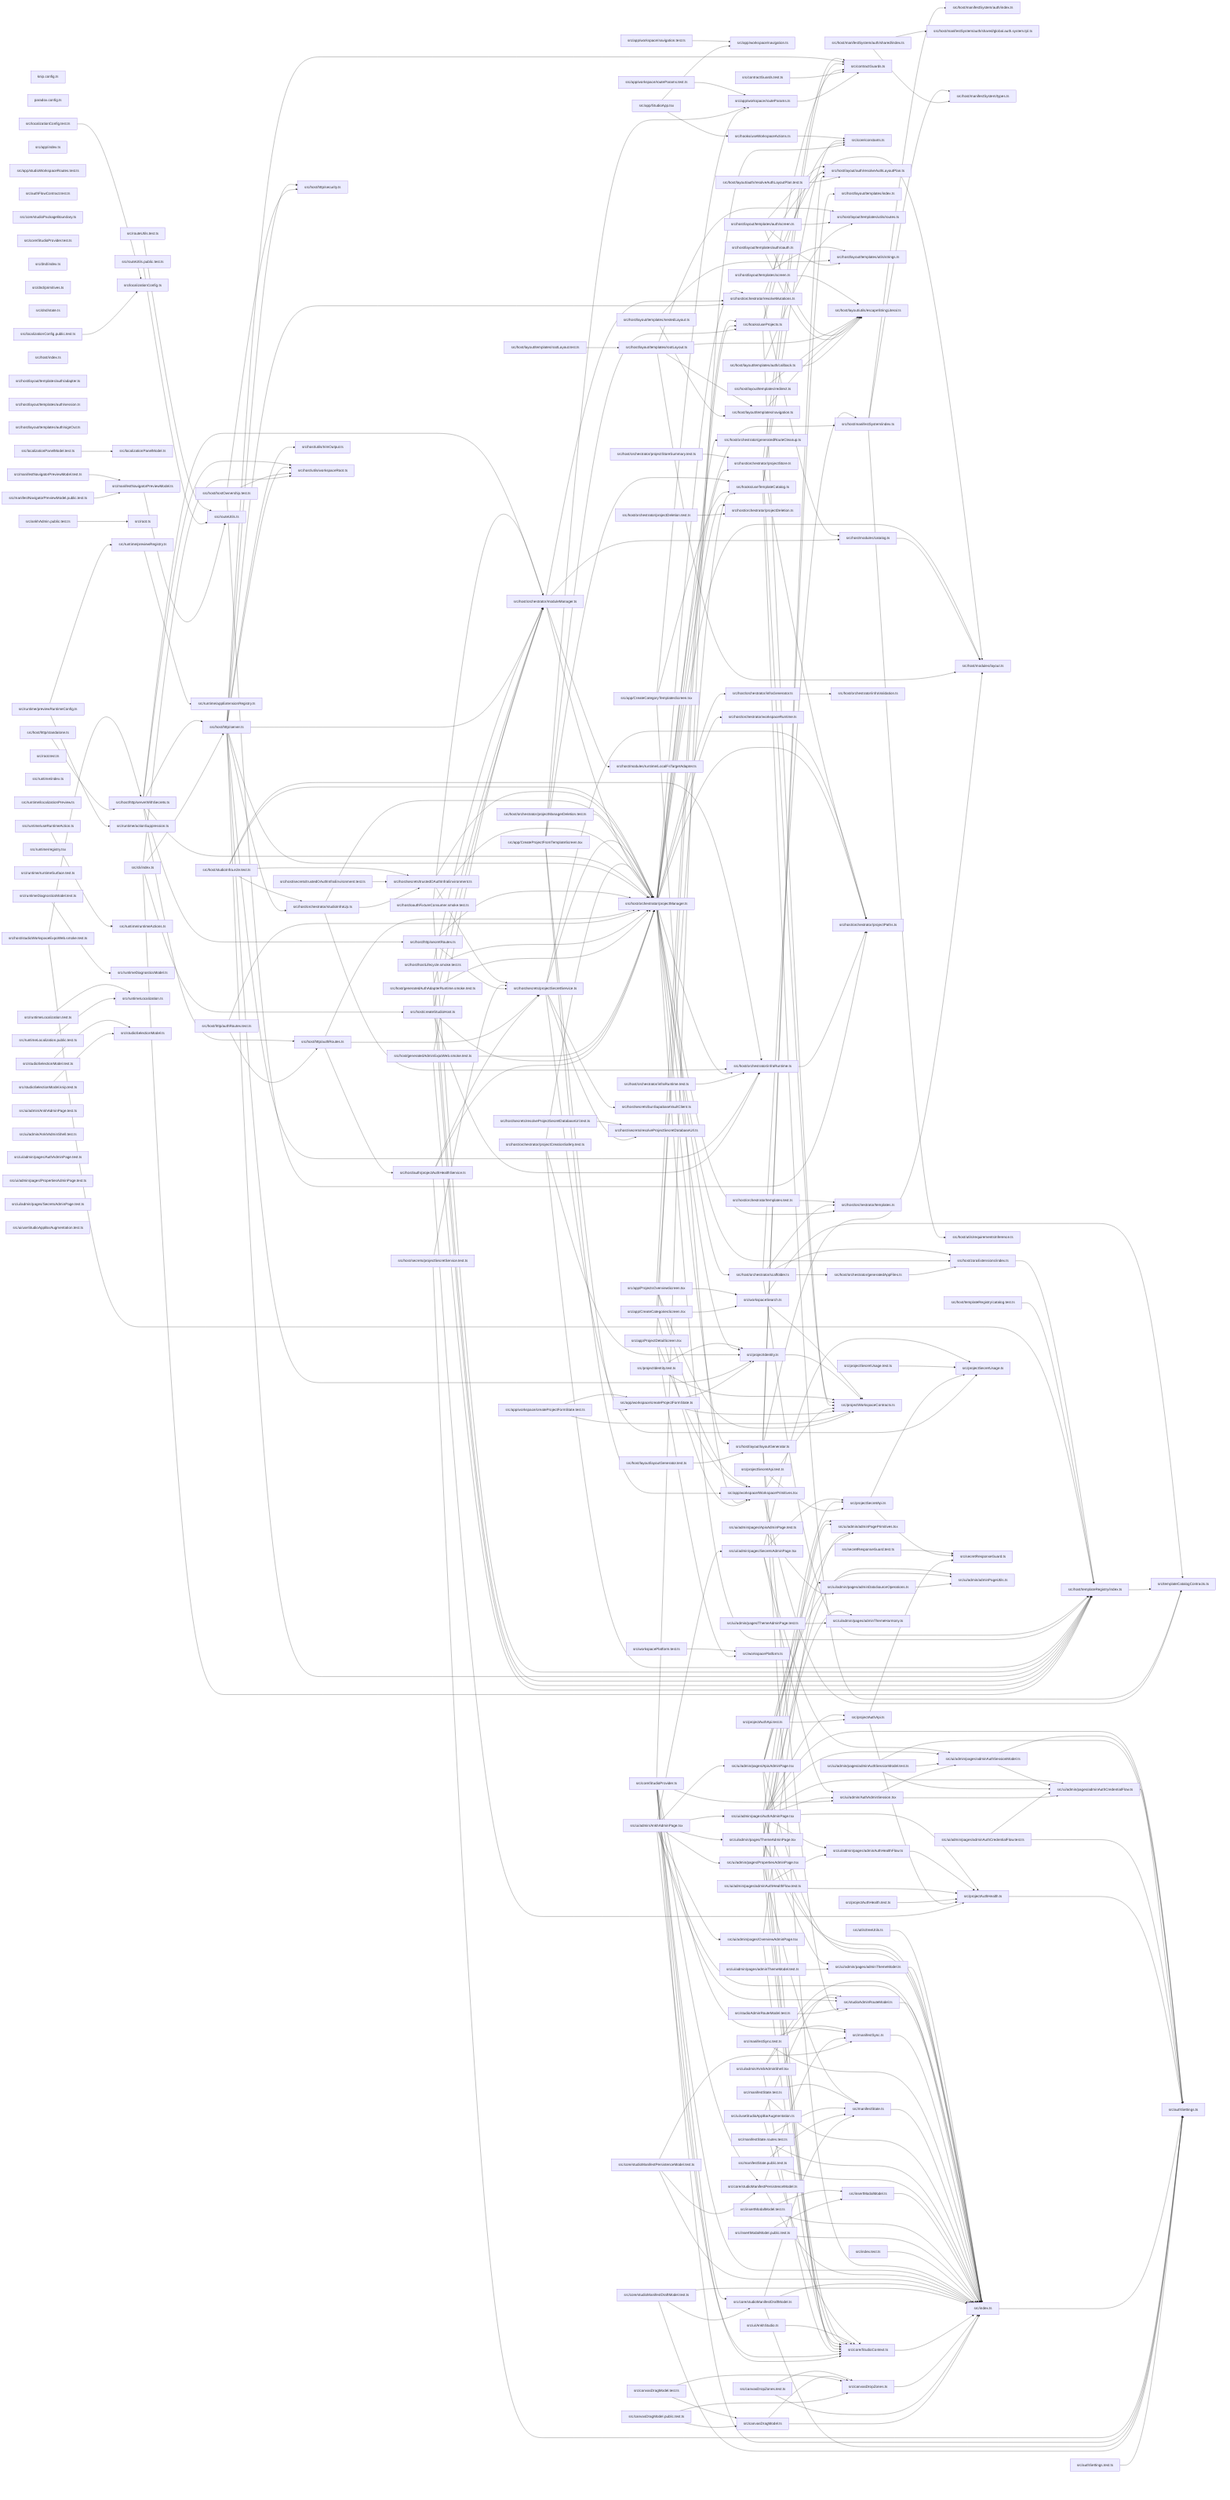
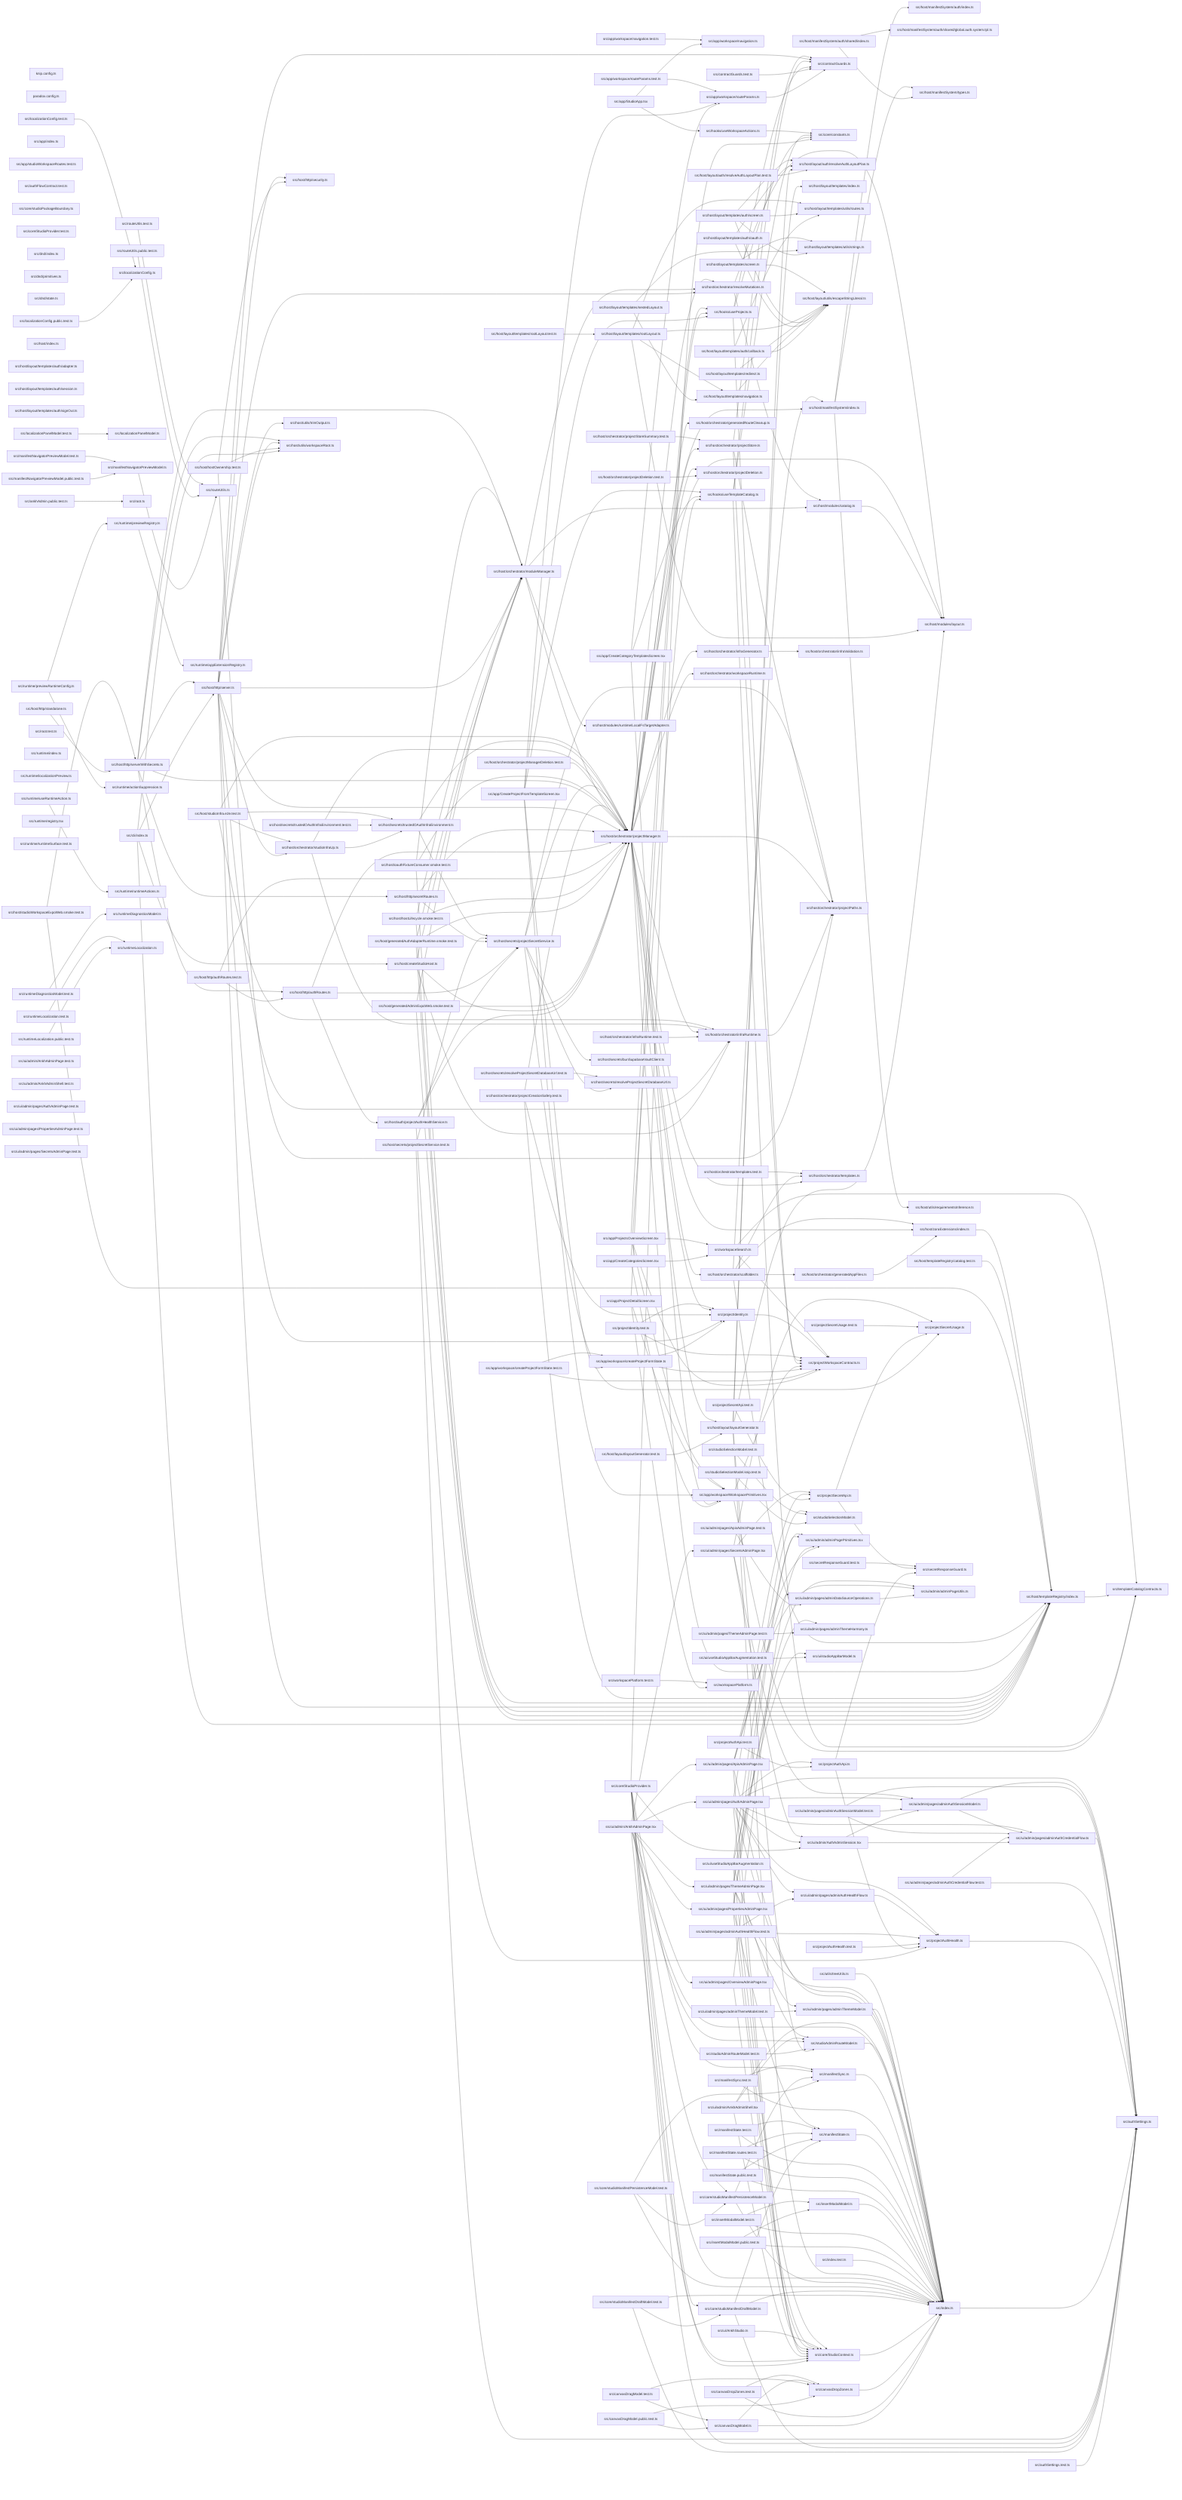
graph LR
  module_knip_config_ts["knip.config.ts"]
  module_paradox_config_ts["paradox.config.ts"]
  module_src_ankhAdmin_public_test_ts["src/ankhAdmin.public.test.ts"]
  module_src_app_CreateCategoriesScreen_tsx["src/app/CreateCategoriesScreen.tsx"]
  module_src_app_CreateCategoryTemplatesScreen_tsx["src/app/CreateCategoryTemplatesScreen.tsx"]
  module_src_app_CreateProjectFromTemplateScreen_tsx["src/app/CreateProjectFromTemplateScreen.tsx"]
  module_src_app_index_ts["src/app/index.ts"]
  module_src_app_ProjectDetailScreen_tsx["src/app/ProjectDetailScreen.tsx"]
  module_src_app_ProjectsOverviewScreen_tsx["src/app/ProjectsOverviewScreen.tsx"]
  module_src_app_StudioApp_tsx["src/app/StudioApp.tsx"]
  module_src_app_studioWorkspaceRoutes_test_ts["src/app/studioWorkspaceRoutes.test.ts"]
  module_src_app_workspace_createProjectFormState_test_ts["src/app/workspace/createProjectFormState.test.ts"]
  module_src_app_workspace_createProjectFormState_ts["src/app/workspace/createProjectFormState.ts"]
  module_src_app_workspace_navigation_test_ts["src/app/workspace/navigation.test.ts"]
  module_src_app_workspace_navigation_ts["src/app/workspace/navigation.ts"]
  module_src_app_workspace_routeParams_test_ts["src/app/workspace/routeParams.test.ts"]
  module_src_app_workspace_routeParams_ts["src/app/workspace/routeParams.ts"]
  module_src_app_workspace_WorkspacePrimitives_tsx["src/app/workspace/WorkspacePrimitives.tsx"]
  module_src_authFlowContract_test_ts["src/authFlowContract.test.ts"]
  module_src_authSettings_test_ts["src/authSettings.test.ts"]
  module_src_authSettings_ts["src/authSettings.ts"]
  module_src_canvasDragModel_public_test_ts["src/canvasDragModel.public.test.ts"]
  module_src_canvasDragModel_test_ts["src/canvasDragModel.test.ts"]
  module_src_canvasDragModel_ts["src/canvasDragModel.ts"]
  module_src_canvasDropZones_test_ts["src/canvasDropZones.test.ts"]
  module_src_canvasDropZones_ts["src/canvasDropZones.ts"]
  module_src_cli_index_ts["src/cli/index.ts"]
  module_src_contractGuards_test_ts["src/contractGuards.test.ts"]
  module_src_contractGuards_ts["src/contractGuards.ts"]
  module_src_core_constants_ts["src/core/constants.ts"]
  module_src_core_StudioContext_ts["src/core/StudioContext.ts"]
  module_src_core_studioManifestDraftModel_test_ts["src/core/studioManifestDraftModel.test.ts"]
  module_src_core_studioManifestDraftModel_ts["src/core/studioManifestDraftModel.ts"]
  module_src_core_studioManifestPersistenceModel_test_ts["src/core/studioManifestPersistenceModel.test.ts"]
  module_src_core_studioManifestPersistenceModel_ts["src/core/studioManifestPersistenceModel.ts"]
  module_src_core_studioPackageBoundary_ts["src/core/studioPackageBoundary.ts"]
  module_src_core_StudioProvider_test_ts["src/core/StudioProvider.test.ts"]
  module_src_core_StudioProvider_ts["src/core/StudioProvider.ts"]
  module_src_dnd_index_ts["src/dnd/index.ts"]
  module_src_dnd_primitives_ts["src/dnd/primitives.ts"]
  module_src_dnd_state_ts["src/dnd/state.ts"]
  module_src_hooks_useProjects_ts["src/hooks/useProjects.ts"]
  module_src_hooks_useTemplateCatalog_ts["src/hooks/useTemplateCatalog.ts"]
  module_src_hooks_useWorkspaceActions_ts["src/hooks/useWorkspaceActions.ts"]
  module_src_host_auth_projectAuthHealthService_ts["src/host/auth/projectAuthHealthService.ts"]
  module_src_host_createStudioHost_ts["src/host/createStudioHost.ts"]
  module_src_host_generatedAdminExpoWeb_smoke_test_ts["src/host/generatedAdminExpoWeb.smoke.test.ts"]
  module_src_host_generatedAuthAdapterRuntime_smoke_test_ts["src/host/generatedAuthAdapterRuntime.smoke.test.ts"]
  module_src_host_hostLifecycle_smoke_test_ts["src/host/hostLifecycle.smoke.test.ts"]
  module_src_host_hostOwnership_test_ts["src/host/hostOwnership.test.ts"]
  module_src_host_http_authRoutes_test_ts["src/host/http/authRoutes.test.ts"]
  module_src_host_http_authRoutes_ts["src/host/http/authRoutes.ts"]
  module_src_host_http_secretRoutes_ts["src/host/http/secretRoutes.ts"]
  module_src_host_http_security_ts["src/host/http/security.ts"]
  module_src_host_http_server_ts["src/host/http/server.ts"]
  module_src_host_http_serverWithSecrets_ts["src/host/http/serverWithSecrets.ts"]
  module_src_host_http_standalone_ts["src/host/http/standalone.ts"]
  module_src_host_index_ts["src/host/index.ts"]
  module_src_host_layout_auth_resolveAuthLayoutPlan_test_ts["src/host/layout/auth/resolveAuthLayoutPlan.test.ts"]
  module_src_host_layout_auth_resolveAuthLayoutPlan_ts["src/host/layout/auth/resolveAuthLayoutPlan.ts"]
  module_src_host_layout_layoutGenerator_test_ts["src/host/layout/layoutGenerator.test.ts"]
  module_src_host_layout_layoutGenerator_ts["src/host/layout/layoutGenerator.ts"]
  module_src_host_layout_templates_auth_adapter_ts["src/host/layout/templates/auth/adapter.ts"]
  module_src_host_layout_templates_auth_callback_ts["src/host/layout/templates/auth/callback.ts"]
  module_src_host_layout_templates_auth_oauth_ts["src/host/layout/templates/auth/oauth.ts"]
  module_src_host_layout_templates_auth_screen_ts["src/host/layout/templates/auth/screen.ts"]
  module_src_host_layout_templates_auth_session_ts["src/host/layout/templates/auth/session.ts"]
  module_src_host_layout_templates_auth_signOut_ts["src/host/layout/templates/auth/signOut.ts"]
  module_src_host_layout_templates_index_ts["src/host/layout/templates/index.ts"]
  module_src_host_layout_templates_navigation_ts["src/host/layout/templates/navigation.ts"]
  module_src_host_layout_templates_nestedLayout_ts["src/host/layout/templates/nestedLayout.ts"]
  module_src_host_layout_templates_redirect_ts["src/host/layout/templates/redirect.ts"]
  module_src_host_layout_templates_rootLayout_test_ts["src/host/layout/templates/rootLayout.test.ts"]
  module_src_host_layout_templates_rootLayout_ts["src/host/layout/templates/rootLayout.ts"]
  module_src_host_layout_templates_screen_ts["src/host/layout/templates/screen.ts"]
  module_src_host_layout_templates_utils_routes_ts["src/host/layout/templates/utils/routes.ts"]
  module_src_host_layout_templates_utils_strings_ts["src/host/layout/templates/utils/strings.ts"]
  module_src_host_layout_utils_escapeStringLiteral_ts["src/host/layout/utils/escapeStringLiteral.ts"]
  module_src_host_manifestSystem_auth_index_ts["src/host/manifestSystem/auth/index.ts"]
  module_src_host_manifestSystem_auth_shared_global_auth_system_tpl_ts["src/host/manifestSystem/auth/shared/global.auth.system.tpl.ts"]
  module_src_host_manifestSystem_auth_shared_index_ts["src/host/manifestSystem/auth/shared/index.ts"]
  module_src_host_manifestSystem_index_ts["src/host/manifestSystem/index.ts"]
  module_src_host_manifestSystem_types_ts["src/host/manifestSystem/types.ts"]
  module_src_host_modules_catalog_ts["src/host/modules/catalog.ts"]
  module_src_host_modules_layout_ts["src/host/modules/layout.ts"]
  module_src_host_modules_runtime_LocalFsTargetAdapter_ts["src/host/modules/runtime/LocalFsTargetAdapter.ts"]
  module_src_host_oauthFixtureConsumer_smoke_test_ts["src/host/oauthFixtureConsumer.smoke.test.ts"]
  module_src_host_orchestrator_generatedAppFiles_ts["src/host/orchestrator/generatedAppFiles.ts"]
  module_src_host_orchestrator_generatedRouteCleanup_ts["src/host/orchestrator/generatedRouteCleanup.ts"]
  module_src_host_orchestrator_infraGenerator_ts["src/host/orchestrator/infraGenerator.ts"]
  module_src_host_orchestrator_infraRuntime_test_ts["src/host/orchestrator/infraRuntime.test.ts"]
  module_src_host_orchestrator_infraRuntime_ts["src/host/orchestrator/infraRuntime.ts"]
  module_src_host_orchestrator_infraValidation_ts["src/host/orchestrator/infraValidation.ts"]
  module_src_host_orchestrator_moduleManager_ts["src/host/orchestrator/moduleManager.ts"]
  module_src_host_orchestrator_projectCreationSafety_test_ts["src/host/orchestrator/projectCreationSafety.test.ts"]
  module_src_host_orchestrator_projectDeletion_test_ts["src/host/orchestrator/projectDeletion.test.ts"]
  module_src_host_orchestrator_projectDeletion_ts["src/host/orchestrator/projectDeletion.ts"]
  module_src_host_orchestrator_projectManager_ts["src/host/orchestrator/projectManager.ts"]
  module_src_host_orchestrator_projectManagerDeletion_test_ts["src/host/orchestrator/projectManagerDeletion.test.ts"]
  module_src_host_orchestrator_projectPaths_ts["src/host/orchestrator/projectPaths.ts"]
  module_src_host_orchestrator_projectStore_ts["src/host/orchestrator/projectStore.ts"]
  module_src_host_orchestrator_projectStoreSummary_test_ts["src/host/orchestrator/projectStoreSummary.test.ts"]
  module_src_host_orchestrator_resolveMutations_ts["src/host/orchestrator/resolveMutations.ts"]
  module_src_host_orchestrator_scaffolder_ts["src/host/orchestrator/scaffolder.ts"]
  module_src_host_orchestrator_studioInfraUp_ts["src/host/orchestrator/studioInfraUp.ts"]
  module_src_host_orchestrator_templates_test_ts["src/host/orchestrator/templates.test.ts"]
  module_src_host_orchestrator_templates_ts["src/host/orchestrator/templates.ts"]
  module_src_host_orchestrator_workspaceRuntime_ts["src/host/orchestrator/workspaceRuntime.ts"]
  module_src_host_secrets_bunSupabaseVaultClient_ts["src/host/secrets/bunSupabaseVaultClient.ts"]
  module_src_host_secrets_projectSecretService_test_ts["src/host/secrets/projectSecretService.test.ts"]
  module_src_host_secrets_projectSecretService_ts["src/host/secrets/projectSecretService.ts"]
  module_src_host_secrets_resolveProjectSecretDatabaseUrl_test_ts["src/host/secrets/resolveProjectSecretDatabaseUrl.test.ts"]
  module_src_host_secrets_resolveProjectSecretDatabaseUrl_ts["src/host/secrets/resolveProjectSecretDatabaseUrl.ts"]
  module_src_host_secrets_trustedOAuthInfraEnvironment_test_ts["src/host/secrets/trustedOAuthInfraEnvironment.test.ts"]
  module_src_host_secrets_trustedOAuthInfraEnvironment_ts["src/host/secrets/trustedOAuthInfraEnvironment.ts"]
  module_src_host_studioInfra_e2e_test_ts["src/host/studioInfra.e2e.test.ts"]
  module_src_host_studioWorkspaceExpoWeb_smoke_test_ts["src/host/studioWorkspaceExpoWeb.smoke.test.ts"]
  module_src_host_templateRegistry_catalog_test_ts["src/host/templateRegistry/catalog.test.ts"]
  module_src_host_templateRegistry_index_ts["src/host/templateRegistry/index.ts"]
  module_src_host_utils_requirementsInference_ts["src/host/utils/requirementsInference.ts"]
  module_src_host_utils_trimOutput_ts["src/host/utils/trimOutput.ts"]
  module_src_host_utils_workspaceRoot_ts["src/host/utils/workspaceRoot.ts"]
  module_src_host_zoraExtensions_index_ts["src/host/zoraExtensions/index.ts"]
  module_src_index_test_ts["src/index.test.ts"]
  module_src_index_ts["src/index.ts"]
  module_src_insertModalModel_public_test_ts["src/insertModalModel.public.test.ts"]
  module_src_insertModalModel_test_ts["src/insertModalModel.test.ts"]
  module_src_insertModalModel_ts["src/insertModalModel.ts"]
  module_src_localizationConfig_public_test_ts["src/localizationConfig.public.test.ts"]
  module_src_localizationConfig_test_ts["src/localizationConfig.test.ts"]
  module_src_localizationConfig_ts["src/localizationConfig.ts"]
  module_src_localizationPanelModel_test_ts["src/localizationPanelModel.test.ts"]
  module_src_localizationPanelModel_ts["src/localizationPanelModel.ts"]
  module_src_manifestNavigatorPreviewModel_public_test_ts["src/manifestNavigatorPreviewModel.public.test.ts"]
  module_src_manifestNavigatorPreviewModel_test_ts["src/manifestNavigatorPreviewModel.test.ts"]
  module_src_manifestNavigatorPreviewModel_ts["src/manifestNavigatorPreviewModel.ts"]
  module_src_manifestState_public_test_ts["src/manifestState.public.test.ts"]
  module_src_manifestState_routes_test_ts["src/manifestState.routes.test.ts"]
  module_src_manifestState_test_ts["src/manifestState.test.ts"]
  module_src_manifestState_ts["src/manifestState.ts"]
  module_src_manifestSync_test_ts["src/manifestSync.test.ts"]
  module_src_manifestSync_ts["src/manifestSync.ts"]
  module_src_projectAuthApi_test_ts["src/projectAuthApi.test.ts"]
  module_src_projectAuthApi_ts["src/projectAuthApi.ts"]
  module_src_projectAuthHealth_test_ts["src/projectAuthHealth.test.ts"]
  module_src_projectAuthHealth_ts["src/projectAuthHealth.ts"]
  module_src_projectIdentity_test_ts["src/projectIdentity.test.ts"]
  module_src_projectIdentity_ts["src/projectIdentity.ts"]
  module_src_projectSecretApi_test_ts["src/projectSecretApi.test.ts"]
  module_src_projectSecretApi_ts["src/projectSecretApi.ts"]
  module_src_projectSecretUsage_test_ts["src/projectSecretUsage.test.ts"]
  module_src_projectSecretUsage_ts["src/projectSecretUsage.ts"]
  module_src_projectWorkspaceContracts_ts["src/projectWorkspaceContracts.ts"]
  module_src_root_test_ts["src/root.test.ts"]
  module_src_root_ts["src/root.ts"]
  module_src_routeUtils_public_test_ts["src/routeUtils.public.test.ts"]
  module_src_routeUtils_test_ts["src/routeUtils.test.ts"]
  module_src_routeUtils_ts["src/routeUtils.ts"]
  module_src_runtime_actionSuppression_ts["src/runtime/actionSuppression.ts"]
  module_src_runtime_appExtensionRegistry_ts["src/runtime/appExtensionRegistry.ts"]
  module_src_runtime_index_ts["src/runtime/index.ts"]
  module_src_runtime_localizationPreview_ts["src/runtime/localizationPreview.ts"]
  module_src_runtime_previewRegistry_ts["src/runtime/previewRegistry.ts"]
  module_src_runtime_previewRuntimeConfig_ts["src/runtime/previewRuntimeConfig.ts"]
  module_src_runtime_registry_tsx["src/runtime/registry.tsx"]
  module_src_runtime_runtimeActions_ts["src/runtime/runtimeActions.ts"]
  module_src_runtime_runtimeSurface_test_ts["src/runtime/runtimeSurface.test.ts"]
  module_src_runtime_useRuntimeAction_ts["src/runtime/useRuntimeAction.ts"]
  module_src_runtimeDiagnosticsModel_test_ts["src/runtimeDiagnosticsModel.test.ts"]
  module_src_runtimeDiagnosticsModel_ts["src/runtimeDiagnosticsModel.ts"]
  module_src_runtimeLocalization_public_test_ts["src/runtimeLocalization.public.test.ts"]
  module_src_runtimeLocalization_test_ts["src/runtimeLocalization.test.ts"]
  module_src_runtimeLocalization_ts["src/runtimeLocalization.ts"]
  module_src_secretResponseGuard_test_ts["src/secretResponseGuard.test.ts"]
  module_src_secretResponseGuard_ts["src/secretResponseGuard.ts"]
  module_src_studioAdminRouteModel_test_ts["src/studioAdminRouteModel.test.ts"]
  module_src_studioAdminRouteModel_ts["src/studioAdminRouteModel.ts"]
  module_src_studioSelectionModel_knip_test_ts["src/studioSelectionModel.knip.test.ts"]
  module_src_studioSelectionModel_test_ts["src/studioSelectionModel.test.ts"]
  module_src_studioSelectionModel_ts["src/studioSelectionModel.ts"]
  module_src_templateCatalogContracts_ts["src/templateCatalogContracts.ts"]
  module_src_ui_admin_adminPagePrimitives_tsx["src/ui/admin/adminPagePrimitives.tsx"]
  module_src_ui_admin_adminPageUtils_ts["src/ui/admin/adminPageUtils.ts"]
  module_src_ui_admin_AnkhAdminPage_test_ts["src/ui/admin/AnkhAdminPage.test.ts"]
  module_src_ui_admin_AnkhAdminPage_tsx["src/ui/admin/AnkhAdminPage.tsx"]
  module_src_ui_admin_AnkhAdminShell_test_ts["src/ui/admin/AnkhAdminShell.test.ts"]
  module_src_ui_admin_AnkhAdminShell_tsx["src/ui/admin/AnkhAdminShell.tsx"]
  module_src_ui_admin_AuthAdminSession_tsx["src/ui/admin/AuthAdminSession.tsx"]
  module_src_ui_admin_pages_adminAuthCredentialFlow_test_ts["src/ui/admin/pages/adminAuthCredentialFlow.test.ts"]
  module_src_ui_admin_pages_adminAuthCredentialFlow_ts["src/ui/admin/pages/adminAuthCredentialFlow.ts"]
  module_src_ui_admin_pages_adminAuthHealthFlow_test_ts["src/ui/admin/pages/adminAuthHealthFlow.test.ts"]
  module_src_ui_admin_pages_adminAuthHealthFlow_ts["src/ui/admin/pages/adminAuthHealthFlow.ts"]
  module_src_ui_admin_pages_adminAuthSessionModel_test_ts["src/ui/admin/pages/adminAuthSessionModel.test.ts"]
  module_src_ui_admin_pages_adminAuthSessionModel_ts["src/ui/admin/pages/adminAuthSessionModel.ts"]
  module_src_ui_admin_pages_adminDataSourceOperations_ts["src/ui/admin/pages/adminDataSourceOperations.ts"]
  module_src_ui_admin_pages_adminThemeHarmony_ts["src/ui/admin/pages/adminThemeHarmony.ts"]
  module_src_ui_admin_pages_adminThemeModel_test_ts["src/ui/admin/pages/adminThemeModel.test.ts"]
  module_src_ui_admin_pages_adminThemeModel_ts["src/ui/admin/pages/adminThemeModel.ts"]
  module_src_ui_admin_pages_ApisAdminPage_test_ts["src/ui/admin/pages/ApisAdminPage.test.ts"]
  module_src_ui_admin_pages_ApisAdminPage_tsx["src/ui/admin/pages/ApisAdminPage.tsx"]
  module_src_ui_admin_pages_AuthAdminPage_test_ts["src/ui/admin/pages/AuthAdminPage.test.ts"]
  module_src_ui_admin_pages_AuthAdminPage_tsx["src/ui/admin/pages/AuthAdminPage.tsx"]
  module_src_ui_admin_pages_OverviewAdminPage_tsx["src/ui/admin/pages/OverviewAdminPage.tsx"]
  module_src_ui_admin_pages_PropertiesAdminPage_test_ts["src/ui/admin/pages/PropertiesAdminPage.test.ts"]
  module_src_ui_admin_pages_PropertiesAdminPage_tsx["src/ui/admin/pages/PropertiesAdminPage.tsx"]
  module_src_ui_admin_pages_SecretsAdminPage_test_ts["src/ui/admin/pages/SecretsAdminPage.test.ts"]
  module_src_ui_admin_pages_SecretsAdminPage_tsx["src/ui/admin/pages/SecretsAdminPage.tsx"]
  module_src_ui_admin_pages_ThemeAdminPage_test_ts["src/ui/admin/pages/ThemeAdminPage.test.ts"]
  module_src_ui_admin_pages_ThemeAdminPage_tsx["src/ui/admin/pages/ThemeAdminPage.tsx"]
  module_src_ui_AnkhStudio_ts["src/ui/AnkhStudio.ts"]
+   module_src_ui_studioAppBarModel_ts["src/ui/studioAppBarModel.ts"]
  module_src_ui_useStudioAppBarAugmentation_test_ts["src/ui/useStudioAppBarAugmentation.test.ts"]
  module_src_ui_useStudioAppBarAugmentation_ts["src/ui/useStudioAppBarAugmentation.ts"]
  module_src_utils_treeUtils_ts["src/utils/treeUtils.ts"]
  module_src_workspacePlatform_test_ts["src/workspacePlatform.test.ts"]
  module_src_workspacePlatform_ts["src/workspacePlatform.ts"]
  module_src_workspaceSearch_ts["src/workspaceSearch.ts"]
  module_src_ankhAdmin_public_test_ts --> module_src_root_ts
  module_src_app_CreateCategoriesScreen_tsx --> module_src_app_workspace_WorkspacePrimitives_tsx
  module_src_app_CreateCategoriesScreen_tsx --> module_src_hooks_useTemplateCatalog_ts
  module_src_app_CreateCategoriesScreen_tsx --> module_src_workspaceSearch_ts
  module_src_app_CreateCategoryTemplatesScreen_tsx --> module_src_app_workspace_routeParams_ts
  module_src_app_CreateCategoryTemplatesScreen_tsx --> module_src_app_workspace_WorkspacePrimitives_tsx
  module_src_app_CreateCategoryTemplatesScreen_tsx --> module_src_hooks_useTemplateCatalog_ts
  module_src_app_CreateProjectFromTemplateScreen_tsx --> module_src_app_workspace_createProjectFormState_ts
  module_src_app_CreateProjectFromTemplateScreen_tsx --> module_src_app_workspace_routeParams_ts
  module_src_app_CreateProjectFromTemplateScreen_tsx --> module_src_app_workspace_WorkspacePrimitives_tsx
  module_src_app_CreateProjectFromTemplateScreen_tsx --> module_src_hooks_useProjects_ts
  module_src_app_CreateProjectFromTemplateScreen_tsx --> module_src_hooks_useTemplateCatalog_ts
  module_src_app_ProjectDetailScreen_tsx --> module_src_app_workspace_WorkspacePrimitives_tsx
  module_src_app_ProjectDetailScreen_tsx --> module_src_hooks_useProjects_ts
  module_src_app_ProjectDetailScreen_tsx --> module_src_workspacePlatform_ts
  module_src_app_ProjectsOverviewScreen_tsx --> module_src_app_workspace_WorkspacePrimitives_tsx
  module_src_app_ProjectsOverviewScreen_tsx --> module_src_hooks_useProjects_ts
  module_src_app_ProjectsOverviewScreen_tsx --> module_src_projectWorkspaceContracts_ts
  module_src_app_ProjectsOverviewScreen_tsx --> module_src_workspaceSearch_ts
  module_src_app_StudioApp_tsx --> module_src_app_workspace_navigation_ts
  module_src_app_StudioApp_tsx --> module_src_hooks_useWorkspaceActions_ts
  module_src_app_workspace_createProjectFormState_test_ts --> module_src_app_workspace_createProjectFormState_ts
  module_src_app_workspace_createProjectFormState_test_ts --> module_src_projectWorkspaceContracts_ts
  module_src_app_workspace_createProjectFormState_ts --> module_src_projectIdentity_ts
  module_src_app_workspace_createProjectFormState_ts --> module_src_projectWorkspaceContracts_ts
  module_src_app_workspace_navigation_test_ts --> module_src_app_workspace_navigation_ts
  module_src_app_workspace_routeParams_test_ts --> module_src_app_workspace_routeParams_ts
  module_src_app_workspace_routeParams_ts --> module_src_contractGuards_ts
  module_src_app_workspace_WorkspacePrimitives_tsx --> module_src_projectWorkspaceContracts_ts
  module_src_app_workspace_WorkspacePrimitives_tsx --> module_src_templateCatalogContracts_ts
  module_src_authSettings_test_ts --> module_src_authSettings_ts
  module_src_canvasDragModel_public_test_ts --> module_src_canvasDragModel_ts
  module_src_canvasDragModel_public_test_ts --> module_src_canvasDropZones_ts
  module_src_canvasDragModel_test_ts --> module_src_canvasDragModel_ts
  module_src_canvasDragModel_test_ts --> module_src_canvasDropZones_ts
  module_src_canvasDragModel_ts --> module_src_canvasDropZones_ts
  module_src_canvasDragModel_ts --> module_src_index_ts
  module_src_canvasDropZones_test_ts --> module_src_canvasDropZones_ts
  module_src_canvasDropZones_test_ts --> module_src_index_ts
  module_src_canvasDropZones_ts --> module_src_index_ts
  module_src_cli_index_ts --> module_src_host_createStudioHost_ts
  module_src_cli_index_ts --> module_src_host_http_server_ts
  module_src_cli_index_ts --> module_src_host_templateRegistry_index_ts
  module_src_cli_index_ts --> module_src_host_utils_workspaceRoot_ts
  module_src_contractGuards_test_ts --> module_src_contractGuards_ts
  module_src_core_StudioContext_ts --> module_src_index_ts
  module_src_core_studioManifestDraftModel_test_ts --> module_src_authSettings_ts
  module_src_core_studioManifestDraftModel_test_ts --> module_src_core_studioManifestDraftModel_ts
  module_src_core_studioManifestDraftModel_test_ts --> module_src_index_ts
  module_src_core_studioManifestDraftModel_ts --> module_src_authSettings_ts
  module_src_core_studioManifestDraftModel_ts --> module_src_index_ts
  module_src_core_studioManifestDraftModel_ts --> module_src_manifestState_ts
  module_src_core_studioManifestPersistenceModel_test_ts --> module_src_core_studioManifestPersistenceModel_ts
  module_src_core_studioManifestPersistenceModel_test_ts --> module_src_index_ts
  module_src_core_studioManifestPersistenceModel_test_ts --> module_src_manifestSync_ts
  module_src_core_studioManifestPersistenceModel_ts --> module_src_index_ts
  module_src_core_studioManifestPersistenceModel_ts --> module_src_manifestSync_ts
  module_src_core_StudioProvider_ts --> module_src_authSettings_ts
  module_src_core_StudioProvider_ts --> module_src_core_constants_ts
  module_src_core_StudioProvider_ts --> module_src_core_StudioContext_ts
  module_src_core_StudioProvider_ts --> module_src_core_studioManifestDraftModel_ts
  module_src_core_StudioProvider_ts --> module_src_core_studioManifestPersistenceModel_ts
  module_src_core_StudioProvider_ts --> module_src_index_ts
  module_src_core_StudioProvider_ts --> module_src_manifestSync_ts
  module_src_core_StudioProvider_ts --> module_src_ui_admin_AuthAdminSession_tsx
  module_src_hooks_useProjects_ts --> module_src_contractGuards_ts
  module_src_hooks_useProjects_ts --> module_src_core_constants_ts
  module_src_hooks_useProjects_ts --> module_src_projectWorkspaceContracts_ts
  module_src_hooks_useTemplateCatalog_ts --> module_src_contractGuards_ts
  module_src_hooks_useTemplateCatalog_ts --> module_src_core_constants_ts
  module_src_hooks_useTemplateCatalog_ts --> module_src_templateCatalogContracts_ts
  module_src_hooks_useWorkspaceActions_ts --> module_src_core_constants_ts
  module_src_host_auth_projectAuthHealthService_ts --> module_src_host_orchestrator_projectManager_ts
  module_src_host_auth_projectAuthHealthService_ts --> module_src_host_secrets_projectSecretService_ts
  module_src_host_auth_projectAuthHealthService_ts --> module_src_projectAuthHealth_ts
  module_src_host_createStudioHost_ts --> module_src_host_orchestrator_infraRuntime_ts
  module_src_host_createStudioHost_ts --> module_src_host_orchestrator_moduleManager_ts
  module_src_host_createStudioHost_ts --> module_src_host_orchestrator_projectManager_ts
  module_src_host_generatedAdminExpoWeb_smoke_test_ts --> module_src_host_orchestrator_moduleManager_ts
  module_src_host_generatedAdminExpoWeb_smoke_test_ts --> module_src_host_orchestrator_projectManager_ts
  module_src_host_generatedAdminExpoWeb_smoke_test_ts --> module_src_host_templateRegistry_index_ts
  module_src_host_generatedAuthAdapterRuntime_smoke_test_ts --> module_src_host_orchestrator_moduleManager_ts
  module_src_host_generatedAuthAdapterRuntime_smoke_test_ts --> module_src_host_orchestrator_projectManager_ts
  module_src_host_generatedAuthAdapterRuntime_smoke_test_ts --> module_src_host_templateRegistry_index_ts
  module_src_host_hostLifecycle_smoke_test_ts --> module_src_host_orchestrator_moduleManager_ts
  module_src_host_hostLifecycle_smoke_test_ts --> module_src_host_orchestrator_projectManager_ts
  module_src_host_hostLifecycle_smoke_test_ts --> module_src_host_templateRegistry_index_ts
  module_src_host_hostOwnership_test_ts --> module_src_host_http_security_ts
  module_src_host_hostOwnership_test_ts --> module_src_host_orchestrator_projectPaths_ts
  module_src_host_hostOwnership_test_ts --> module_src_host_utils_workspaceRoot_ts
  module_src_host_http_authRoutes_test_ts --> module_src_host_http_authRoutes_ts
  module_src_host_http_authRoutes_test_ts --> module_src_host_orchestrator_projectManager_ts
  module_src_host_http_authRoutes_ts --> module_src_host_auth_projectAuthHealthService_ts
  module_src_host_http_authRoutes_ts --> module_src_host_orchestrator_projectManager_ts
  module_src_host_http_authRoutes_ts --> module_src_host_secrets_projectSecretService_ts
  module_src_host_http_secretRoutes_ts --> module_src_host_orchestrator_projectManager_ts
  module_src_host_http_secretRoutes_ts --> module_src_host_secrets_projectSecretService_ts
  module_src_host_http_server_ts --> module_src_contractGuards_ts
  module_src_host_http_server_ts --> module_src_host_http_security_ts
  module_src_host_http_server_ts --> module_src_host_orchestrator_infraRuntime_ts
  module_src_host_http_server_ts --> module_src_host_orchestrator_moduleManager_ts
  module_src_host_http_server_ts --> module_src_host_orchestrator_projectManager_ts
  module_src_host_http_server_ts --> module_src_host_orchestrator_resolveMutations_ts
  module_src_host_http_server_ts --> module_src_host_orchestrator_studioInfraUp_ts
  module_src_host_http_server_ts --> module_src_host_templateRegistry_index_ts
  module_src_host_http_server_ts --> module_src_host_utils_trimOutput_ts
  module_src_host_http_server_ts --> module_src_host_utils_workspaceRoot_ts
  module_src_host_http_server_ts --> module_src_projectIdentity_ts
  module_src_host_http_serverWithSecrets_ts --> module_src_host_http_authRoutes_ts
  module_src_host_http_serverWithSecrets_ts --> module_src_host_http_secretRoutes_ts
  module_src_host_http_serverWithSecrets_ts --> module_src_host_http_server_ts
  module_src_host_http_serverWithSecrets_ts --> module_src_host_orchestrator_moduleManager_ts
  module_src_host_http_serverWithSecrets_ts --> module_src_host_orchestrator_projectManager_ts
  module_src_host_http_serverWithSecrets_ts --> module_src_host_utils_workspaceRoot_ts
  module_src_host_http_standalone_ts --> module_src_host_http_serverWithSecrets_ts
  module_src_host_layout_auth_resolveAuthLayoutPlan_test_ts --> module_src_host_layout_auth_resolveAuthLayoutPlan_ts
  module_src_host_layout_layoutGenerator_test_ts --> module_src_host_layout_layoutGenerator_ts
  module_src_host_layout_layoutGenerator_ts --> module_src_host_layout_auth_resolveAuthLayoutPlan_ts
  module_src_host_layout_layoutGenerator_ts --> module_src_host_layout_templates_index_ts
  module_src_host_layout_layoutGenerator_ts --> module_src_host_modules_layout_ts
  module_src_host_layout_layoutGenerator_ts --> module_src_index_ts
  module_src_host_layout_layoutGenerator_ts --> module_src_studioAdminRouteModel_ts
  module_src_host_layout_templates_auth_callback_ts --> module_src_host_layout_templates_utils_routes_ts
  module_src_host_layout_templates_auth_callback_ts --> module_src_host_layout_utils_escapeStringLiteral_ts
  module_src_host_layout_templates_auth_oauth_ts --> module_src_host_layout_auth_resolveAuthLayoutPlan_ts
  module_src_host_layout_templates_auth_oauth_ts --> module_src_host_layout_utils_escapeStringLiteral_ts
  module_src_host_layout_templates_auth_screen_ts --> module_src_host_layout_auth_resolveAuthLayoutPlan_ts
  module_src_host_layout_templates_auth_screen_ts --> module_src_host_layout_templates_utils_routes_ts
  module_src_host_layout_templates_auth_screen_ts --> module_src_host_layout_templates_utils_strings_ts
  module_src_host_layout_templates_auth_screen_ts --> module_src_host_layout_utils_escapeStringLiteral_ts
  module_src_host_layout_templates_navigation_ts --> module_src_host_layout_utils_escapeStringLiteral_ts
  module_src_host_layout_templates_nestedLayout_ts --> module_src_host_layout_templates_navigation_ts
  module_src_host_layout_templates_nestedLayout_ts --> module_src_host_layout_templates_utils_strings_ts
  module_src_host_layout_templates_redirect_ts --> module_src_host_layout_utils_escapeStringLiteral_ts
  module_src_host_layout_templates_rootLayout_test_ts --> module_src_host_layout_templates_rootLayout_ts
  module_src_host_layout_templates_rootLayout_ts --> module_src_host_layout_templates_navigation_ts
  module_src_host_layout_templates_rootLayout_ts --> module_src_host_layout_templates_utils_routes_ts
  module_src_host_layout_templates_rootLayout_ts --> module_src_host_layout_utils_escapeStringLiteral_ts
  module_src_host_layout_templates_rootLayout_ts --> module_src_host_modules_layout_ts
  module_src_host_layout_templates_screen_ts --> module_src_host_layout_templates_utils_strings_ts
  module_src_host_layout_templates_screen_ts --> module_src_host_layout_utils_escapeStringLiteral_ts
  module_src_host_manifestSystem_auth_shared_index_ts --> module_src_host_manifestSystem_auth_shared_global_auth_system_tpl_ts
  module_src_host_manifestSystem_auth_shared_index_ts --> module_src_host_manifestSystem_types_ts
  module_src_host_manifestSystem_index_ts --> module_src_host_manifestSystem_auth_index_ts
  module_src_host_manifestSystem_index_ts --> module_src_host_manifestSystem_types_ts
  module_src_host_manifestSystem_index_ts --> module_src_host_utils_requirementsInference_ts
  module_src_host_modules_catalog_ts --> module_src_host_modules_layout_ts
  module_src_host_oauthFixtureConsumer_smoke_test_ts --> module_src_host_orchestrator_moduleManager_ts
  module_src_host_oauthFixtureConsumer_smoke_test_ts --> module_src_host_orchestrator_projectManager_ts
  module_src_host_oauthFixtureConsumer_smoke_test_ts --> module_src_host_templateRegistry_index_ts
  module_src_host_orchestrator_generatedAppFiles_ts --> module_src_host_zoraExtensions_index_ts
  module_src_host_orchestrator_infraGenerator_ts --> module_src_host_orchestrator_infraValidation_ts
  module_src_host_orchestrator_infraRuntime_test_ts --> module_src_host_orchestrator_infraRuntime_ts
  module_src_host_orchestrator_infraRuntime_ts --> module_src_host_orchestrator_projectPaths_ts
  module_src_host_orchestrator_moduleManager_ts --> module_src_host_modules_catalog_ts
  module_src_host_orchestrator_moduleManager_ts --> module_src_host_modules_runtime_LocalFsTargetAdapter_ts
  module_src_host_orchestrator_moduleManager_ts --> module_src_host_orchestrator_projectManager_ts
  module_src_host_orchestrator_moduleManager_ts --> module_src_host_orchestrator_resolveMutations_ts
  module_src_host_orchestrator_projectCreationSafety_test_ts --> module_src_host_orchestrator_projectManager_ts
  module_src_host_orchestrator_projectCreationSafety_test_ts --> module_src_host_templateRegistry_index_ts
  module_src_host_orchestrator_projectCreationSafety_test_ts --> module_src_projectIdentity_ts
  module_src_host_orchestrator_projectDeletion_test_ts --> module_src_host_orchestrator_projectDeletion_ts
  module_src_host_orchestrator_projectManager_ts --> module_src_host_layout_layoutGenerator_ts
  module_src_host_orchestrator_projectManager_ts --> module_src_host_manifestSystem_index_ts
  module_src_host_orchestrator_projectManager_ts --> module_src_host_modules_layout_ts
  module_src_host_orchestrator_projectManager_ts --> module_src_host_orchestrator_generatedRouteCleanup_ts
  module_src_host_orchestrator_projectManager_ts --> module_src_host_orchestrator_infraGenerator_ts
  module_src_host_orchestrator_projectManager_ts --> module_src_host_orchestrator_infraRuntime_ts
  module_src_host_orchestrator_projectManager_ts --> module_src_host_orchestrator_projectDeletion_ts
  module_src_host_orchestrator_projectManager_ts --> module_src_host_orchestrator_projectPaths_ts
  module_src_host_orchestrator_projectManager_ts --> module_src_host_orchestrator_projectStore_ts
  module_src_host_orchestrator_projectManager_ts --> module_src_host_orchestrator_resolveMutations_ts
  module_src_host_orchestrator_projectManager_ts --> module_src_host_orchestrator_scaffolder_ts
  module_src_host_orchestrator_projectManager_ts --> module_src_host_orchestrator_templates_ts
  module_src_host_orchestrator_projectManager_ts --> module_src_host_orchestrator_workspaceRuntime_ts
  module_src_host_orchestrator_projectManager_ts --> module_src_host_templateRegistry_index_ts
  module_src_host_orchestrator_projectManager_ts --> module_src_host_zoraExtensions_index_ts
  module_src_host_orchestrator_projectManager_ts --> module_src_projectIdentity_ts
  module_src_host_orchestrator_projectManagerDeletion_test_ts --> module_src_host_orchestrator_projectManager_ts
  module_src_host_orchestrator_projectStore_ts --> module_src_contractGuards_ts
  module_src_host_orchestrator_projectStore_ts --> module_src_host_orchestrator_projectPaths_ts
  module_src_host_orchestrator_projectStore_ts --> module_src_projectWorkspaceContracts_ts
  module_src_host_orchestrator_projectStoreSummary_test_ts --> module_src_host_orchestrator_projectStore_ts
  module_src_host_orchestrator_resolveMutations_ts --> module_src_host_modules_catalog_ts
  module_src_host_orchestrator_resolveMutations_ts --> module_src_host_modules_layout_ts
  module_src_host_orchestrator_scaffolder_ts --> module_src_host_manifestSystem_index_ts
  module_src_host_orchestrator_scaffolder_ts --> module_src_host_orchestrator_generatedAppFiles_ts
  module_src_host_orchestrator_scaffolder_ts --> module_src_host_orchestrator_templates_ts
  module_src_host_orchestrator_scaffolder_ts --> module_src_host_templateRegistry_index_ts
  module_src_host_orchestrator_scaffolder_ts --> module_src_host_zoraExtensions_index_ts
  module_src_host_orchestrator_studioInfraUp_ts --> module_src_host_orchestrator_infraRuntime_ts
  module_src_host_orchestrator_studioInfraUp_ts --> module_src_host_orchestrator_projectManager_ts
  module_src_host_orchestrator_studioInfraUp_ts --> module_src_host_secrets_trustedOAuthInfraEnvironment_ts
  module_src_host_orchestrator_templates_test_ts --> module_src_host_orchestrator_templates_ts
  module_src_host_secrets_projectSecretService_test_ts --> module_src_authSettings_ts
  module_src_host_secrets_projectSecretService_test_ts --> module_src_host_secrets_projectSecretService_ts
  module_src_host_secrets_projectSecretService_ts --> module_src_host_orchestrator_projectManager_ts
  module_src_host_secrets_projectSecretService_ts --> module_src_host_orchestrator_projectPaths_ts
  module_src_host_secrets_projectSecretService_ts --> module_src_host_secrets_bunSupabaseVaultClient_ts
  module_src_host_secrets_projectSecretService_ts --> module_src_host_secrets_resolveProjectSecretDatabaseUrl_ts
  module_src_host_secrets_projectSecretService_ts --> module_src_projectSecretUsage_ts
  module_src_host_secrets_resolveProjectSecretDatabaseUrl_test_ts --> module_src_host_secrets_resolveProjectSecretDatabaseUrl_ts
  module_src_host_secrets_trustedOAuthInfraEnvironment_test_ts --> module_src_host_secrets_trustedOAuthInfraEnvironment_ts
  module_src_host_secrets_trustedOAuthInfraEnvironment_ts --> module_src_host_orchestrator_projectManager_ts
  module_src_host_secrets_trustedOAuthInfraEnvironment_ts --> module_src_host_secrets_projectSecretService_ts
  module_src_host_studioInfra_e2e_test_ts --> module_src_host_orchestrator_infraRuntime_ts
  module_src_host_studioInfra_e2e_test_ts --> module_src_host_orchestrator_projectManager_ts
  module_src_host_studioInfra_e2e_test_ts --> module_src_host_orchestrator_studioInfraUp_ts
  module_src_host_studioInfra_e2e_test_ts --> module_src_host_secrets_trustedOAuthInfraEnvironment_ts
  module_src_host_studioWorkspaceExpoWeb_smoke_test_ts --> module_src_host_http_serverWithSecrets_ts
  module_src_host_studioWorkspaceExpoWeb_smoke_test_ts --> module_src_host_templateRegistry_index_ts
  module_src_host_templateRegistry_catalog_test_ts --> module_src_host_templateRegistry_index_ts
  module_src_host_templateRegistry_index_ts --> module_src_templateCatalogContracts_ts
  module_src_host_zoraExtensions_index_ts --> module_src_host_templateRegistry_index_ts
  module_src_index_test_ts --> module_src_index_ts
  module_src_index_ts --> module_src_authSettings_ts
  module_src_insertModalModel_public_test_ts --> module_src_index_ts
  module_src_insertModalModel_public_test_ts --> module_src_insertModalModel_ts
  module_src_insertModalModel_test_ts --> module_src_index_ts
  module_src_insertModalModel_test_ts --> module_src_insertModalModel_ts
  module_src_insertModalModel_ts --> module_src_index_ts
  module_src_localizationConfig_public_test_ts --> module_src_localizationConfig_ts
  module_src_localizationConfig_test_ts --> module_src_localizationConfig_ts
  module_src_localizationPanelModel_test_ts --> module_src_localizationPanelModel_ts
  module_src_manifestNavigatorPreviewModel_public_test_ts --> module_src_manifestNavigatorPreviewModel_ts
  module_src_manifestNavigatorPreviewModel_test_ts --> module_src_manifestNavigatorPreviewModel_ts
  module_src_manifestNavigatorPreviewModel_ts --> module_src_routeUtils_ts
  module_src_manifestState_public_test_ts --> module_src_index_ts
  module_src_manifestState_public_test_ts --> module_src_manifestState_ts
  module_src_manifestState_routes_test_ts --> module_src_index_ts
  module_src_manifestState_routes_test_ts --> module_src_manifestState_ts
  module_src_manifestState_test_ts --> module_src_index_ts
  module_src_manifestState_test_ts --> module_src_manifestState_ts
  module_src_manifestState_ts --> module_src_index_ts
  module_src_manifestSync_test_ts --> module_src_index_ts
  module_src_manifestSync_test_ts --> module_src_manifestSync_ts
  module_src_manifestSync_ts --> module_src_index_ts
  module_src_projectAuthApi_test_ts --> module_src_projectAuthApi_ts
  module_src_projectAuthApi_ts --> module_src_projectAuthHealth_ts
  module_src_projectAuthApi_ts --> module_src_secretResponseGuard_ts
  module_src_projectAuthHealth_test_ts --> module_src_projectAuthHealth_ts
  module_src_projectAuthHealth_ts --> module_src_authSettings_ts
  module_src_projectIdentity_test_ts --> module_src_projectIdentity_ts
  module_src_projectIdentity_test_ts --> module_src_projectWorkspaceContracts_ts
  module_src_projectIdentity_ts --> module_src_projectWorkspaceContracts_ts
  module_src_projectSecretApi_test_ts --> module_src_projectSecretApi_ts
  module_src_projectSecretApi_ts --> module_src_projectSecretUsage_ts
  module_src_projectSecretApi_ts --> module_src_secretResponseGuard_ts
  module_src_projectSecretUsage_test_ts --> module_src_projectSecretUsage_ts
  module_src_routeUtils_public_test_ts --> module_src_routeUtils_ts
  module_src_routeUtils_test_ts --> module_src_routeUtils_ts
  module_src_runtime_previewRegistry_ts --> module_src_runtime_appExtensionRegistry_ts
  module_src_runtime_previewRuntimeConfig_ts --> module_src_runtime_actionSuppression_ts
  module_src_runtime_previewRuntimeConfig_ts --> module_src_runtime_previewRegistry_ts
  module_src_runtime_useRuntimeAction_ts --> module_src_runtime_runtimeActions_ts
  module_src_runtimeDiagnosticsModel_test_ts --> module_src_runtimeDiagnosticsModel_ts
  module_src_runtimeLocalization_public_test_ts --> module_src_runtimeLocalization_ts
  module_src_runtimeLocalization_test_ts --> module_src_runtimeLocalization_ts
  module_src_secretResponseGuard_test_ts --> module_src_secretResponseGuard_ts
  module_src_studioAdminRouteModel_test_ts --> module_src_studioAdminRouteModel_ts
  module_src_studioAdminRouteModel_ts --> module_src_index_ts
  module_src_studioSelectionModel_knip_test_ts --> module_src_studioSelectionModel_ts
  module_src_studioSelectionModel_test_ts --> module_src_studioSelectionModel_ts
  module_src_ui_admin_AnkhAdminPage_tsx --> module_src_core_StudioContext_ts
  module_src_ui_admin_AnkhAdminPage_tsx --> module_src_index_ts
  module_src_ui_admin_AnkhAdminPage_tsx --> module_src_studioAdminRouteModel_ts
  module_src_ui_admin_AnkhAdminPage_tsx --> module_src_ui_admin_pages_ApisAdminPage_tsx
  module_src_ui_admin_AnkhAdminPage_tsx --> module_src_ui_admin_pages_AuthAdminPage_tsx
  module_src_ui_admin_AnkhAdminPage_tsx --> module_src_ui_admin_pages_OverviewAdminPage_tsx
  module_src_ui_admin_AnkhAdminPage_tsx --> module_src_ui_admin_pages_PropertiesAdminPage_tsx
  module_src_ui_admin_AnkhAdminPage_tsx --> module_src_ui_admin_pages_SecretsAdminPage_tsx
  module_src_ui_admin_AnkhAdminPage_tsx --> module_src_ui_admin_pages_ThemeAdminPage_tsx
  module_src_ui_admin_AnkhAdminShell_tsx --> module_src_core_StudioContext_ts
  module_src_ui_admin_AnkhAdminShell_tsx --> module_src_index_ts
  module_src_ui_admin_AnkhAdminShell_tsx --> module_src_studioAdminRouteModel_ts
  module_src_ui_admin_AuthAdminSession_tsx --> module_src_ui_admin_pages_adminAuthCredentialFlow_ts
  module_src_ui_admin_AuthAdminSession_tsx --> module_src_ui_admin_pages_adminAuthSessionModel_ts
  module_src_ui_admin_pages_adminAuthCredentialFlow_test_ts --> module_src_authSettings_ts
  module_src_ui_admin_pages_adminAuthCredentialFlow_test_ts --> module_src_ui_admin_pages_adminAuthCredentialFlow_ts
  module_src_ui_admin_pages_adminAuthCredentialFlow_ts --> module_src_authSettings_ts
  module_src_ui_admin_pages_adminAuthHealthFlow_test_ts --> module_src_projectAuthHealth_ts
  module_src_ui_admin_pages_adminAuthHealthFlow_test_ts --> module_src_ui_admin_pages_adminAuthHealthFlow_ts
  module_src_ui_admin_pages_adminAuthHealthFlow_ts --> module_src_projectAuthHealth_ts
  module_src_ui_admin_pages_adminAuthSessionModel_test_ts --> module_src_authSettings_ts
  module_src_ui_admin_pages_adminAuthSessionModel_test_ts --> module_src_ui_admin_pages_adminAuthCredentialFlow_ts
  module_src_ui_admin_pages_adminAuthSessionModel_test_ts --> module_src_ui_admin_pages_adminAuthSessionModel_ts
  module_src_ui_admin_pages_adminAuthSessionModel_ts --> module_src_authSettings_ts
  module_src_ui_admin_pages_adminAuthSessionModel_ts --> module_src_ui_admin_pages_adminAuthCredentialFlow_ts
  module_src_ui_admin_pages_adminDataSourceOperations_ts --> module_src_ui_admin_adminPageUtils_ts
  module_src_ui_admin_pages_adminThemeModel_test_ts --> module_src_ui_admin_pages_adminThemeModel_ts
  module_src_ui_admin_pages_adminThemeModel_ts --> module_src_index_ts
  module_src_ui_admin_pages_ApisAdminPage_test_ts --> module_src_ui_admin_pages_adminDataSourceOperations_ts
  module_src_ui_admin_pages_ApisAdminPage_tsx --> module_src_core_StudioContext_ts
  module_src_ui_admin_pages_ApisAdminPage_tsx --> module_src_index_ts
  module_src_ui_admin_pages_ApisAdminPage_tsx --> module_src_ui_admin_adminPagePrimitives_tsx
  module_src_ui_admin_pages_ApisAdminPage_tsx --> module_src_ui_admin_adminPageUtils_ts
  module_src_ui_admin_pages_ApisAdminPage_tsx --> module_src_ui_admin_pages_adminDataSourceOperations_ts
  module_src_ui_admin_pages_AuthAdminPage_tsx --> module_src_authSettings_ts
  module_src_ui_admin_pages_AuthAdminPage_tsx --> module_src_core_StudioContext_ts
  module_src_ui_admin_pages_AuthAdminPage_tsx --> module_src_index_ts
  module_src_ui_admin_pages_AuthAdminPage_tsx --> module_src_projectAuthApi_ts
  module_src_ui_admin_pages_AuthAdminPage_tsx --> module_src_projectAuthHealth_ts
  module_src_ui_admin_pages_AuthAdminPage_tsx --> module_src_projectSecretApi_ts
  module_src_ui_admin_pages_AuthAdminPage_tsx --> module_src_ui_admin_AuthAdminSession_tsx
  module_src_ui_admin_pages_AuthAdminPage_tsx --> module_src_ui_admin_pages_adminAuthCredentialFlow_ts
  module_src_ui_admin_pages_AuthAdminPage_tsx --> module_src_ui_admin_pages_adminAuthHealthFlow_ts
  module_src_ui_admin_pages_AuthAdminPage_tsx --> module_src_ui_admin_pages_adminAuthSessionModel_ts
  module_src_ui_admin_pages_OverviewAdminPage_tsx --> module_src_core_StudioContext_ts
  module_src_ui_admin_pages_OverviewAdminPage_tsx --> module_src_ui_admin_adminPagePrimitives_tsx
  module_src_ui_admin_pages_PropertiesAdminPage_tsx --> module_src_core_StudioContext_ts
  module_src_ui_admin_pages_PropertiesAdminPage_tsx --> module_src_manifestState_ts
  module_src_ui_admin_pages_PropertiesAdminPage_tsx --> module_src_ui_admin_adminPagePrimitives_tsx
  module_src_ui_admin_pages_PropertiesAdminPage_tsx --> module_src_ui_admin_adminPageUtils_ts
  module_src_ui_admin_pages_SecretsAdminPage_tsx --> module_src_projectSecretApi_ts
  module_src_ui_admin_pages_SecretsAdminPage_tsx --> module_src_projectSecretUsage_ts
  module_src_ui_admin_pages_SecretsAdminPage_tsx --> module_src_ui_admin_AuthAdminSession_tsx
  module_src_ui_admin_pages_SecretsAdminPage_tsx --> module_src_ui_admin_pages_adminAuthSessionModel_ts
  module_src_ui_admin_pages_ThemeAdminPage_test_ts --> module_src_ui_admin_pages_adminThemeHarmony_ts
  module_src_ui_admin_pages_ThemeAdminPage_tsx --> module_src_core_StudioContext_ts
  module_src_ui_admin_pages_ThemeAdminPage_tsx --> module_src_index_ts
  module_src_ui_admin_pages_ThemeAdminPage_tsx --> module_src_ui_admin_adminPagePrimitives_tsx
  module_src_ui_admin_pages_ThemeAdminPage_tsx --> module_src_ui_admin_pages_adminThemeHarmony_ts
  module_src_ui_admin_pages_ThemeAdminPage_tsx --> module_src_ui_admin_pages_adminThemeModel_ts
  module_src_ui_AnkhStudio_ts --> module_src_core_StudioContext_ts
+   module_src_ui_useStudioAppBarAugmentation_test_ts --> module_src_ui_studioAppBarModel_ts
  module_src_ui_useStudioAppBarAugmentation_ts --> module_src_core_StudioContext_ts
  module_src_ui_useStudioAppBarAugmentation_ts --> module_src_studioAdminRouteModel_ts
+   module_src_ui_useStudioAppBarAugmentation_ts --> module_src_studioSelectionModel_ts
+   module_src_ui_useStudioAppBarAugmentation_ts --> module_src_ui_studioAppBarModel_ts
  module_src_utils_treeUtils_ts --> module_src_index_ts
  module_src_workspacePlatform_test_ts --> module_src_workspacePlatform_ts
  module_src_workspaceSearch_ts --> module_src_projectWorkspaceContracts_ts
  module_src_workspaceSearch_ts --> module_src_templateCatalogContracts_ts
